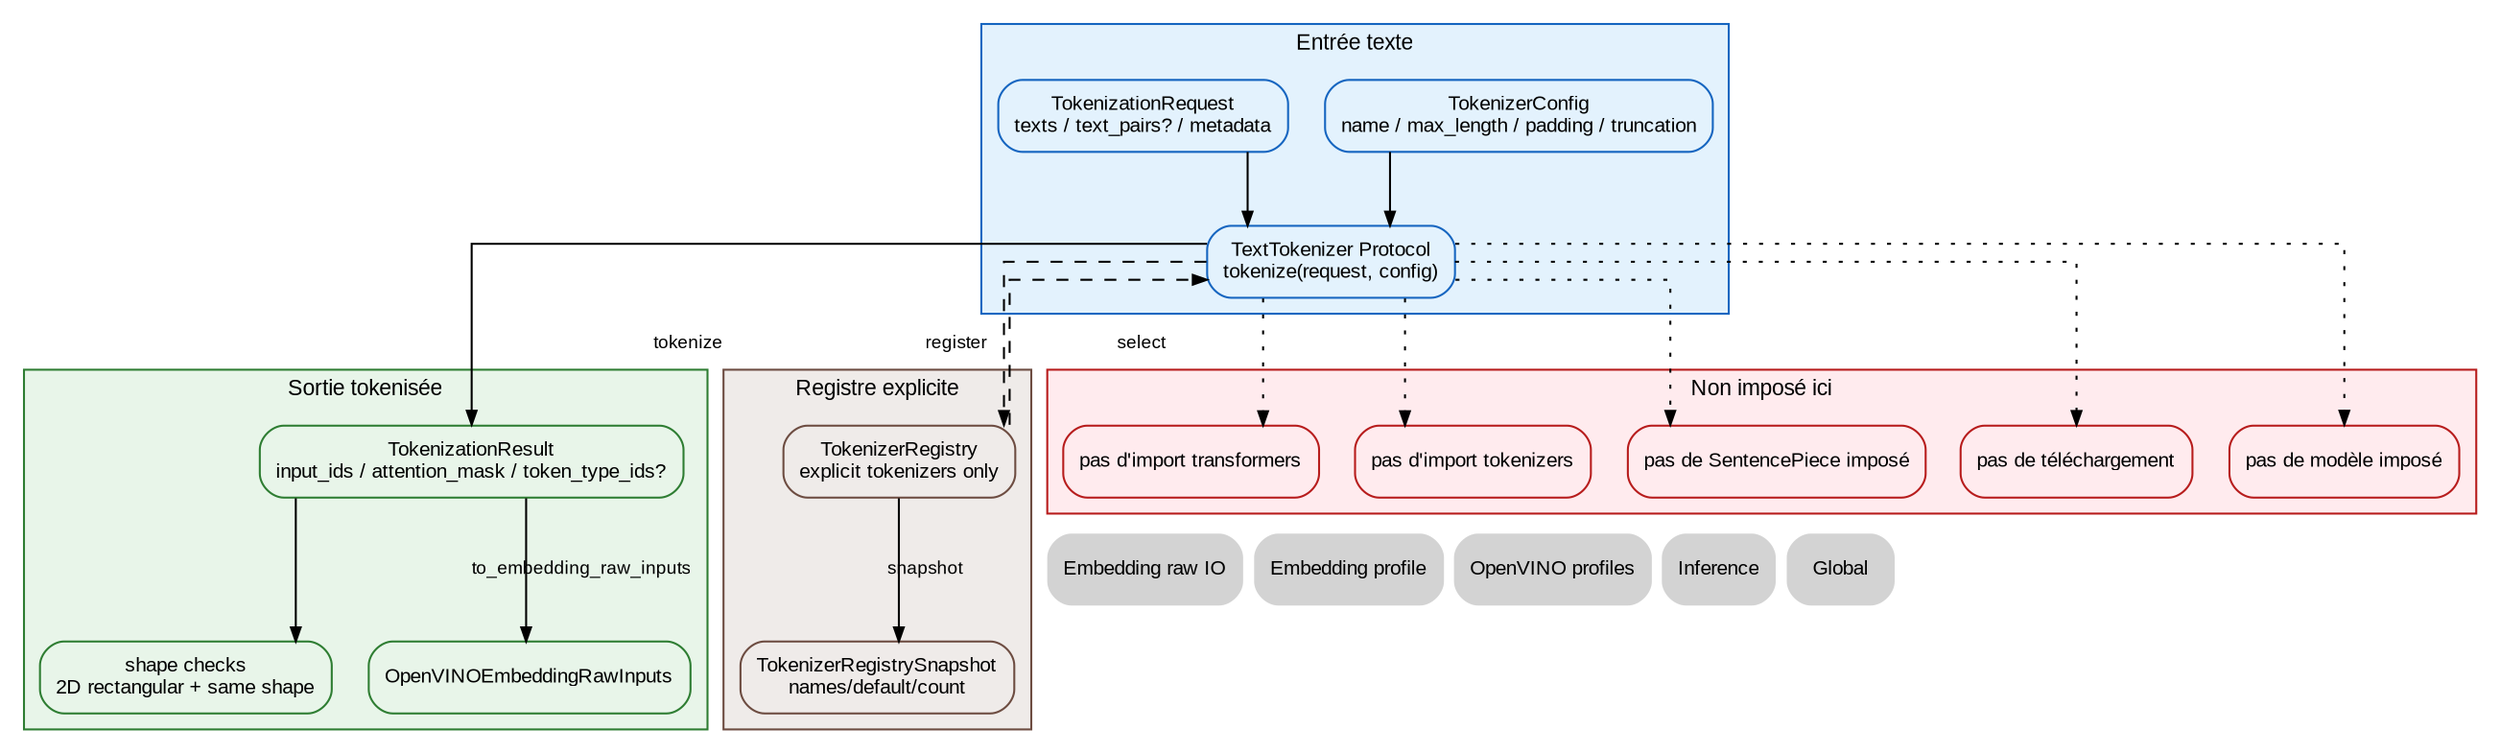
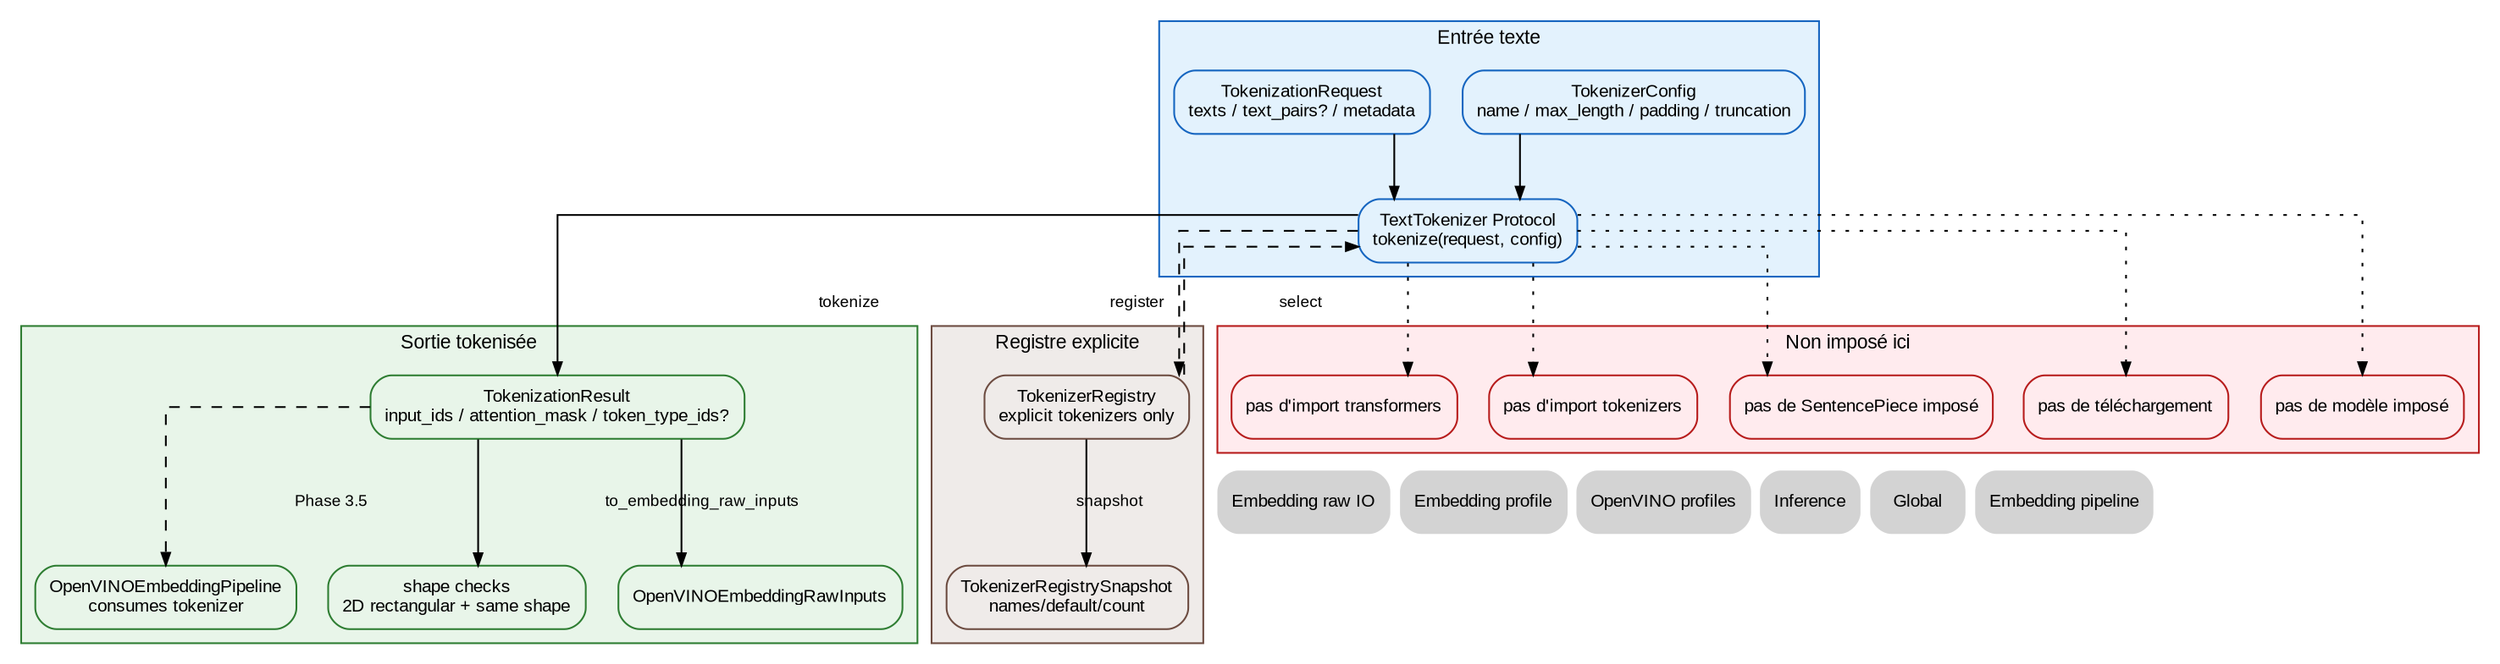
digraph TokenizerContract {
    // ROADMAP_ID: inference.tokenizer_contract
    // ROADMAP_PARENT: inference/45_openvino_embedding_raw.dot
    // ROADMAP_NOTE[phase3_4]:
    // Cette page décrit le contrat tokenizer injectable. Elle définit texte ->
    // TokenizationResult -> OpenVINOEmbeddingRawInputs sans imposer Hugging
    // Face, SentencePiece, vocabulaire local ou modèle précis.
+ 
+     // ROADMAP_NOTE[phase3_5]:
+     // OpenVINOEmbeddingPipeline consomme TokenizerRegistry et TextTokenizer
+     // sans en faire une dépendance du Scheduler ou du backend.

    rankdir=TB;
    splines=ortho;

    graph [fontname="Arial", fontsize=11];
    node [shape=box, style="rounded,filled", fontname="Arial", fontsize=10];
    edge [fontname="Arial", fontsize=9, arrowsize=0.7];

    subgraph cluster_request {
        label="Entrée texte";
        color="#1565c0";
        bgcolor="#e3f2fd";
        node [fillcolor="#e3f2fd", color="#1565c0"];

        Config [label="TokenizerConfig\nname / max_length / padding / truncation"];
        Request [label="TokenizationRequest\ntexts / text_pairs? / metadata"];
        Protocol [label="TextTokenizer Protocol\ntokenize(request, config)"];
    }

    subgraph cluster_result {
        label="Sortie tokenisée";
        color="#2e7d32";
        bgcolor="#e8f5e9";
        node [fillcolor="#e8f5e9", color="#2e7d32"];

        Result [label="TokenizationResult\ninput_ids / attention_mask / token_type_ids?"];
+         Pipeline [label="OpenVINOEmbeddingPipeline\nconsumes tokenizer", URL="47_openvino_embedding_pipeline.svg"];
        ShapeChecks [label="shape checks\n2D rectangular + same shape"];
        RawInputs [label="OpenVINOEmbeddingRawInputs", URL="45_openvino_embedding_raw.svg"];
    }

    subgraph cluster_registry {
        label="Registre explicite";
        color="#6d4c41";
        bgcolor="#efebe9";
        node [fillcolor="#efebe9", color="#6d4c41"];

        Registry [label="TokenizerRegistry\nexplicit tokenizers only"];
        Snapshot [label="TokenizerRegistrySnapshot\nnames/default/count"];
    }

    subgraph cluster_not_here {
        label="Non imposé ici";
        color="#b71c1c";
        bgcolor="#ffebee";
        node [fillcolor="#ffebee", color="#b71c1c"];

        NoHF [label="pas d'import transformers"];
        NoTokenizers [label="pas d'import tokenizers"];
        NoSentencePiece [label="pas de SentencePiece imposé"];
        NoDownload [label="pas de téléchargement"];
        NoModel [label="pas de modèle imposé"];
    }

    Config -> Protocol;
    Request -> Protocol;
    Protocol -> Result [label="tokenize"];
    Result -> ShapeChecks;
    Result -> RawInputs [label="to_embedding_raw_inputs"];
+     Result -> Pipeline [style=dashed, label="Phase 3.5"];

    Protocol -> Registry [style=dashed, label="register"];
    Registry -> Protocol [style=dashed, label="select"];
    Registry -> Snapshot [label="snapshot"];

    Protocol -> NoHF [style=dotted];
    Protocol -> NoTokenizers [style=dotted];
    Protocol -> NoSentencePiece [style=dotted];
    Protocol -> NoDownload [style=dotted];
    Protocol -> NoModel [style=dotted];

    Nav_RawIO [label="Embedding raw IO", shape=plaintext, URL="45_openvino_embedding_raw.svg"];
    Nav_EmbeddingProfile [label="Embedding profile", shape=plaintext, URL="44_openvino_embedding_profile.svg"];
    Nav_Profiles [label="OpenVINO profiles", shape=plaintext, URL="43_openvino_profiles.svg"];
    Nav_Inference [label="Inference", shape=plaintext, URL="40_inference.svg"];
    Nav_Global [label="Global", shape=plaintext, URL="../00_global.svg"];
+     Nav_Pipeline [label="Embedding pipeline", shape=plaintext, URL="47_openvino_embedding_pipeline.svg"];

-     { rank=sink; Nav_RawIO; Nav_EmbeddingProfile; Nav_Profiles; Nav_Inference; Nav_Global; }
+     { rank=sink; Nav_RawIO; Nav_EmbeddingProfile; Nav_Profiles; Nav_Inference; Nav_Pipeline; Nav_Global; }
}
